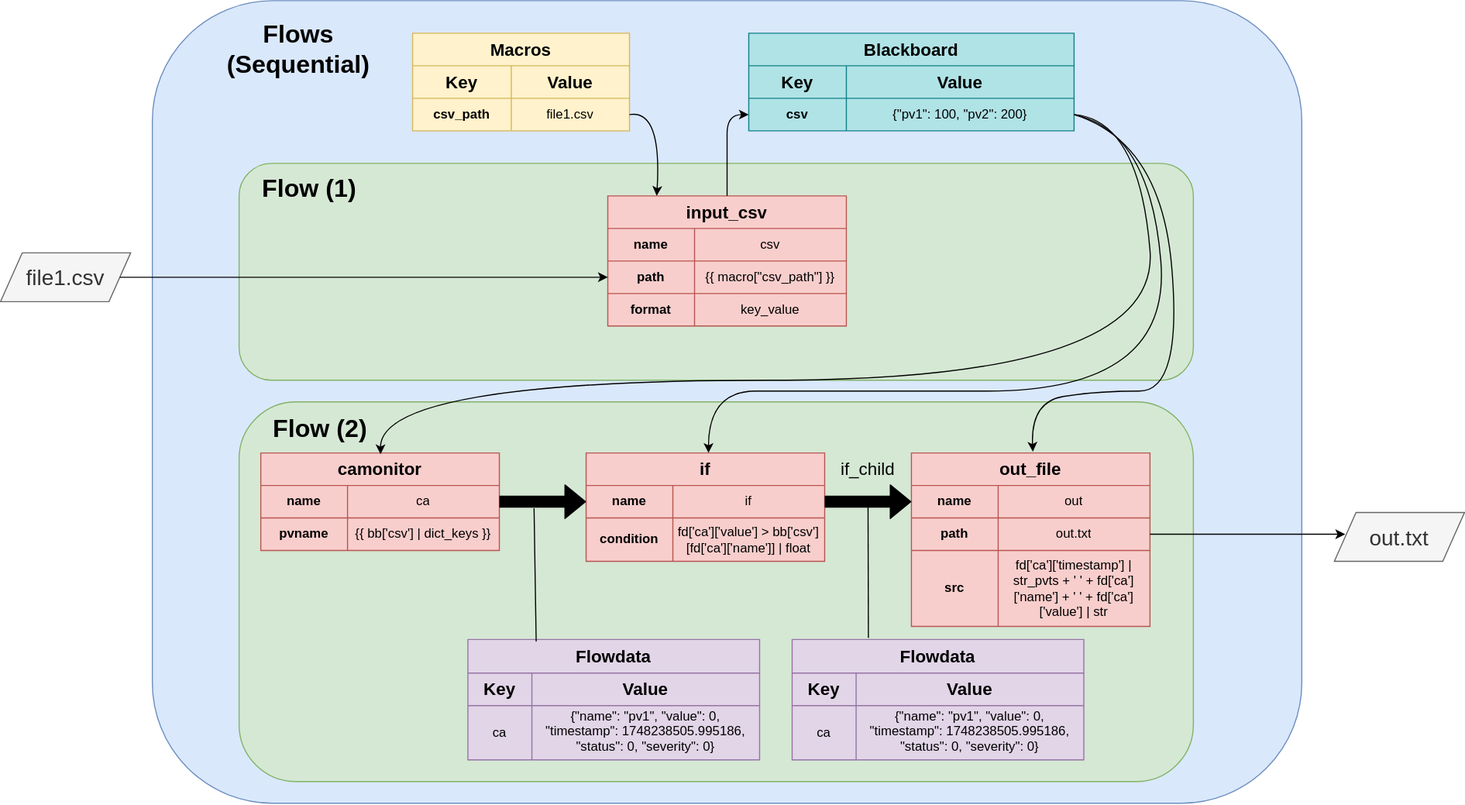
Earlier version of the draw.io export docs/_images/overview.drawio.svg (sasaki77/cauliflow). Source tidied: cells renumbered, new cells last; positions are measured from the earlier drawing's top-left corner, leaving out a move shared by most shapes.
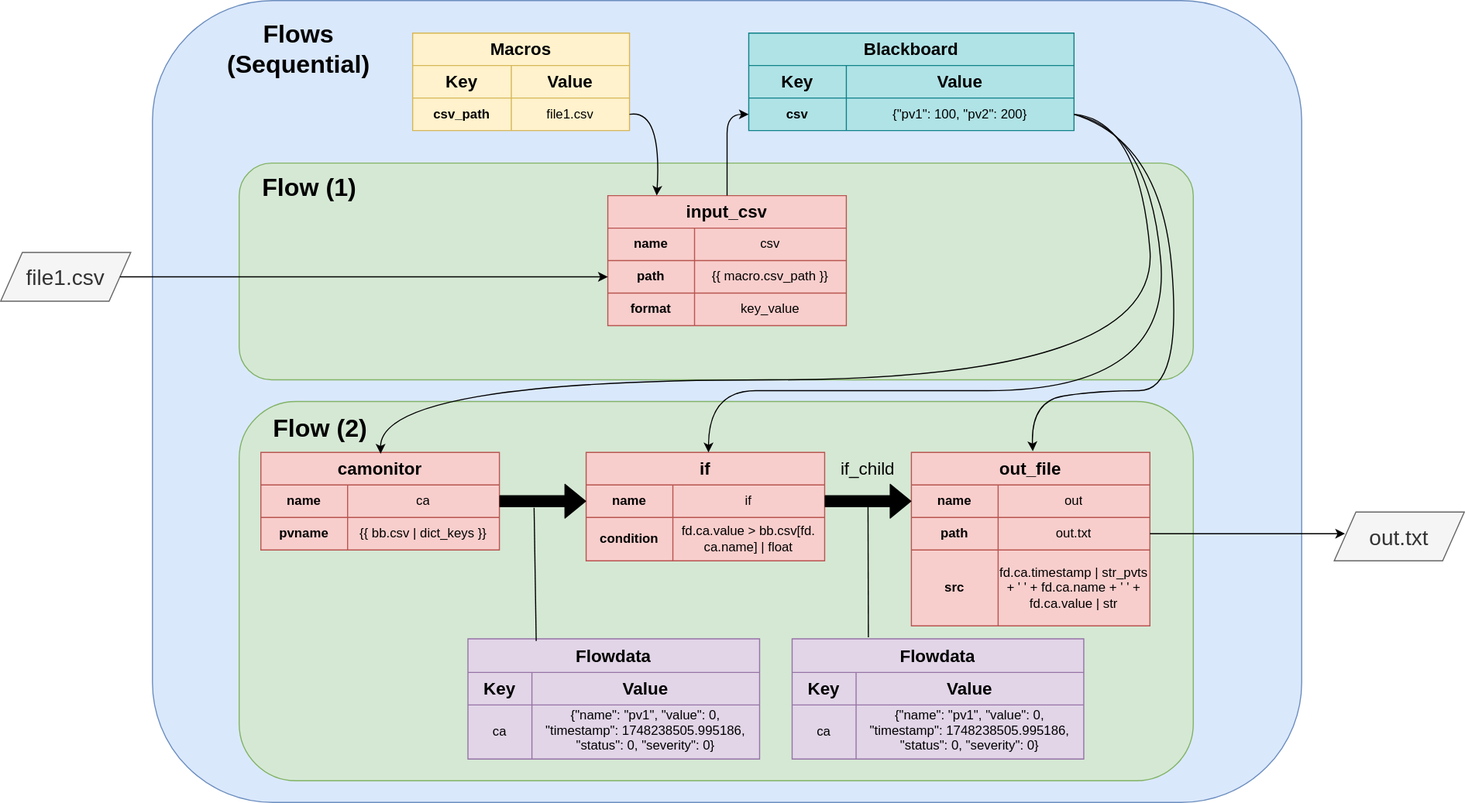
After the change.

Commit message:
DOC: fix a figure of overview with dot access

Change to the diagram source:
```diff
@@ -116,7 +116,7 @@
     <mxCell id="39" value="path" style="shape=partialRectangle;html=1;whiteSpace=wrap;strokeColor=inherit;overflow=hidden;fillColor=none;top=0;left=0;bottom=0;right=0;fontSize=12;fontStyle=1;" parent="38" vertex="1">
       <mxGeometry width="80" height="30" as="geometry" />
     </mxCell>
-    <mxCell id="40" value="{{ macro[&quot;csv_path&quot;] }}" style="shape=partialRectangle;html=1;whiteSpace=wrap;strokeColor=inherit;overflow=hidden;fillColor=none;top=0;left=0;bottom=0;right=0;fontSize=12;" parent="38" vertex="1">
+    <mxCell id="40" value="{{ macro.csv_path }}" style="shape=partialRectangle;html=1;whiteSpace=wrap;strokeColor=inherit;overflow=hidden;fillColor=none;top=0;left=0;bottom=0;right=0;fontSize=12;" parent="38" vertex="1">
       <mxGeometry x="80" width="140" height="30" as="geometry" />
     </mxCell>
     <mxCell id="41" style="shape=tableRow;horizontal=0;startSize=0;swimlaneHead=0;swimlaneBody=0;strokeColor=inherit;top=0;left=0;bottom=0;right=0;fillColor=none;fontSize=16;" parent="32" vertex="1">
@@ -152,7 +152,7 @@
     <mxCell id="51" value="pvname" style="shape=partialRectangle;html=1;whiteSpace=wrap;strokeColor=inherit;overflow=hidden;fillColor=none;top=0;left=0;bottom=0;right=0;fontSize=12;fontStyle=1;" parent="50" vertex="1">
       <mxGeometry width="80" height="30" as="geometry" />
     </mxCell>
-    <mxCell id="52" value="{{ bb['csv'] | dict_keys }}" style="shape=partialRectangle;html=1;whiteSpace=wrap;strokeColor=inherit;overflow=hidden;fillColor=none;top=0;left=0;bottom=0;right=0;fontSize=12;" parent="50" vertex="1">
+    <mxCell id="52" value="{{ bb.csv | dict_keys }}" style="shape=partialRectangle;html=1;whiteSpace=wrap;strokeColor=inherit;overflow=hidden;fillColor=none;top=0;left=0;bottom=0;right=0;fontSize=12;" parent="50" vertex="1">
       <mxGeometry x="80" width="140" height="30" as="geometry" />
     </mxCell>
     <mxCell id="53" style="shape=table;startSize=0;fontSize=16;fillColor=#f8cecc;strokeColor=#b85450;" parent="1" vertex="1">
@@ -179,7 +179,7 @@
     <mxCell id="60" value="condition" style="shape=partialRectangle;html=1;whiteSpace=wrap;strokeColor=inherit;overflow=hidden;fillColor=none;top=0;left=0;bottom=0;right=0;fontSize=12;fontStyle=1;" parent="59" vertex="1">
       <mxGeometry width="80" height="40" as="geometry" />
     </mxCell>
-    <mxCell id="61" value="fd['ca']['value'] &amp;gt; bb['csv'][fd['ca']['name']] | float" style="shape=partialRectangle;html=1;whiteSpace=wrap;strokeColor=inherit;overflow=hidden;fillColor=none;top=0;left=0;bottom=0;right=0;fontSize=12;" parent="59" vertex="1">
+    <mxCell id="61" value="fd.ca.value &amp;gt; bb.csv[fd.&lt;span style=&quot;background-color: transparent;&quot;&gt;ca.name] | float&lt;/span&gt;" style="shape=partialRectangle;html=1;whiteSpace=wrap;strokeColor=inherit;overflow=hidden;fillColor=none;top=0;left=0;bottom=0;right=0;fontSize=12;" parent="59" vertex="1">
       <mxGeometry x="80" width="140" height="40" as="geometry" />
     </mxCell>
     <mxCell id="62" style="shape=table;startSize=0;fontSize=16;fillColor=#f8cecc;strokeColor=#b85450;" parent="1" vertex="1">
@@ -215,7 +215,7 @@
     <mxCell id="72" value="src" style="shape=partialRectangle;html=1;whiteSpace=wrap;strokeColor=inherit;overflow=hidden;fillColor=none;top=0;left=0;bottom=0;right=0;fontSize=12;fontStyle=1;" parent="71" vertex="1">
       <mxGeometry width="80" height="70" as="geometry" />
     </mxCell>
-    <mxCell id="73" value="fd['ca']['timestamp'] | str_pvts + ' ' + fd['ca']['name'] + ' ' + fd['ca']['value'] | str" style="shape=partialRectangle;html=1;whiteSpace=wrap;strokeColor=inherit;overflow=hidden;fillColor=none;top=0;left=0;bottom=0;right=0;fontSize=12;fontStyle=0;" parent="71" vertex="1">
+    <mxCell id="73" value="fd.ca.timestamp | str_pvts + ' ' + fd.ca.name + ' ' + fd.ca.value | str" style="shape=partialRectangle;html=1;whiteSpace=wrap;strokeColor=inherit;overflow=hidden;fillColor=none;top=0;left=0;bottom=0;right=0;fontSize=12;fontStyle=0;" parent="71" vertex="1">
       <mxGeometry x="80" width="140" height="70" as="geometry" />
     </mxCell>
     <mxCell id="74" value="Flow (2)" style="text;html=1;align=center;verticalAlign=middle;whiteSpace=wrap;rounded=0;fontSize=23;fontStyle=1;" parent="1" vertex="1">
```
